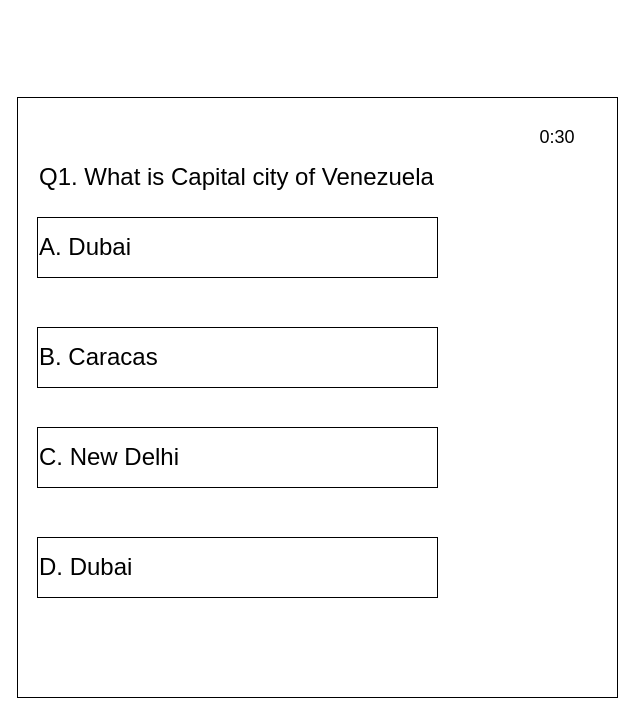
Earlier version of the draw.io diagram Untitled Diagram.drawio (sahiln95/interview-material). Source tidied: cells renumbered, new cells numbered last; positions are measured from the earlier drawing's top-left corner, leaving out a move shared by most shapes. Both pictures are drawn from the tidied source at 100%, with x=0, y=0 at pixel (17, 97).
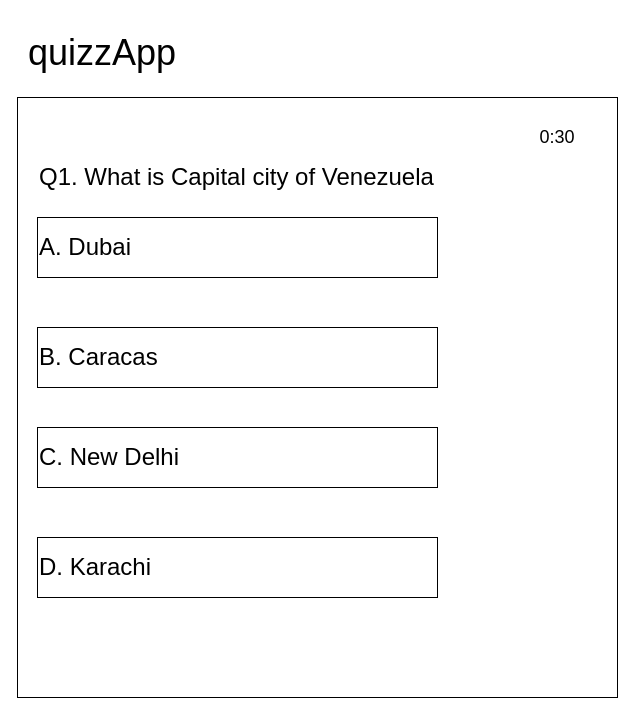
After the change.

Commit message:
add heading and correct option

Change to the diagram source:
```diff
@@
 <mxGraphModel>
   <root>
     <mxCell id="0" />
     <mxCell id="1" parent="0" />
     <mxCell id="2" style="whiteSpace=wrap;html=1;" parent="1" vertex="1">
       <mxGeometry width="600" height="600" as="geometry" />
     </mxCell>
     <mxCell id="3" value="Q1. What is Capital city of Venezuela" style="text;html=1;strokeColor=none;fillColor=none;align=left;verticalAlign=middle;whiteSpace=wrap;rounded=0;fontSize=24;" parent="1" vertex="1">
       <mxGeometry x="20" y="60" width="450" height="40" as="geometry" />
     </mxCell>
     <mxCell id="4" value="&lt;font style=&quot;font-size: 18px;&quot;&gt;0:30&lt;/font&gt;" style="text;html=1;strokeColor=none;fillColor=none;align=center;verticalAlign=middle;whiteSpace=wrap;rounded=0;fontSize=14;" parent="1" vertex="1">
       <mxGeometry x="500" y="20" width="80" height="40" as="geometry" />
     </mxCell>
     <mxCell id="5" value="&lt;font style=&quot;font-size: 24px;&quot;&gt;A. Dubai&lt;/font&gt;" style="rounded=0;whiteSpace=wrap;html=1;fontSize=18;align=left;" parent="1" vertex="1">
       <mxGeometry x="20" y="120" width="400" height="60" as="geometry" />
     </mxCell>
     <mxCell id="6" value="&lt;font style=&quot;font-size: 24px;&quot;&gt;B. Caracas&lt;/font&gt;" style="rounded=0;whiteSpace=wrap;html=1;fontSize=18;align=left;" parent="1" vertex="1">
       <mxGeometry x="20" y="230" width="400" height="60" as="geometry" />
     </mxCell>
     <mxCell id="7" value="&lt;font style=&quot;font-size: 24px;&quot;&gt;C. New Delhi&lt;/font&gt;" style="rounded=0;whiteSpace=wrap;html=1;fontSize=18;align=left;" parent="1" vertex="1">
       <mxGeometry x="20" y="330" width="400" height="60" as="geometry" />
     </mxCell>
-    <mxCell id="8" value="&lt;font style=&quot;font-size: 24px;&quot;&gt;D. Dubai&lt;/font&gt;" style="rounded=0;whiteSpace=wrap;html=1;fontSize=18;align=left;" parent="1" vertex="1">
+    <mxCell id="8" value="&lt;font style=&quot;font-size: 24px;&quot;&gt;D. Karachi&lt;/font&gt;" style="rounded=0;whiteSpace=wrap;html=1;fontSize=18;align=left;" parent="1" vertex="1">
       <mxGeometry x="20" y="440" width="400" height="60" as="geometry" />
     </mxCell>
+    <mxCell id="9" value="&lt;font style=&quot;font-size: 36px;&quot;&gt;quizzApp&lt;/font&gt;" style="text;html=1;strokeColor=none;fillColor=none;align=center;verticalAlign=middle;whiteSpace=wrap;rounded=0;fontSize=24;" parent="1" vertex="1">
+      <mxGeometry y="-80" width="170" height="70" as="geometry" />
+    </mxCell>
   </root>
 </mxGraphModel>
```
